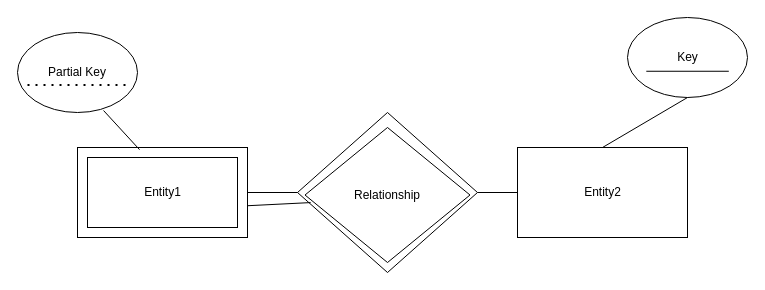
Above: ER Models/Diagram1.drawio in sepaloscodigos/vigilant-parakeet (draw.io), before the change. Source tidied: cells renumbered, new cells numbered last; positions are measured from the earlier drawing's top-left corner, leaving out a move shared by most shapes. Both pictures are drawn from the tidied source at 100%, with x=0, y=0 at pixel (17, 17).
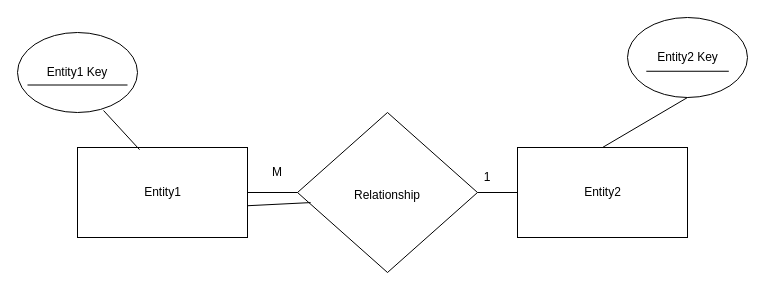
After the change.

Change to the diagram source:
```diff
@@
-    <mxCell id="12" value="Partial Key" style="text;html=1;whiteSpace=wrap;strokeColor=none;fillColor=none;align=center;verticalAlign=middle;rounded=0;" parent="1" vertex="1">
+    <mxCell id="12" value="Entity1 Key" style="text;html=1;whiteSpace=wrap;strokeColor=none;fillColor=none;align=center;verticalAlign=middle;rounded=0;" parent="1" vertex="1">
       <mxGeometry x="10" y="30" width="100" height="50" as="geometry" />
     </mxCell>
-    <mxCell id="13" value="Key" style="text;html=1;whiteSpace=wrap;strokeColor=none;fillColor=none;align=center;verticalAlign=middle;rounded=0;" parent="1" vertex="1">
+    <mxCell id="13" value="Entity2 Key" style="text;html=1;whiteSpace=wrap;strokeColor=none;fillColor=none;align=center;verticalAlign=middle;rounded=0;" parent="1" vertex="1">
       <mxGeometry x="628.8" y="12.5" width="82.5" height="55" as="geometry" />
     </mxCell>
-    <mxCell id="14" style="endArrow=none;dashed=1;html=1;dashPattern=1 3;strokeWidth=2;rounded=0;exitX=0;exitY=0.75;exitDx=0;exitDy=0;entryX=1;entryY=0.75;entryDx=0;entryDy=0;" parent="1" edge="1" source="12" target="12">
-      <mxGeometry relative="1" as="geometry" />
-    </mxCell>
@@
-    <mxCell id="16" style="rounded=0;whiteSpace=wrap;html=1;" parent="1" vertex="1">
-      <mxGeometry x="70" y="140" width="150" height="70" as="geometry" />
-    </mxCell>
@@
-    <mxCell id="19" style="rhombus;whiteSpace=wrap;html=1;" parent="1" vertex="1">
-      <mxGeometry x="287.5" y="110" width="165" height="135" as="geometry" />
-    </mxCell>
@@
+    <mxCell id="21" value="M" style="text;html=1;whiteSpace=wrap;strokeColor=none;fillColor=none;align=center;verticalAlign=middle;rounded=0;" parent="1" vertex="1">
+      <mxGeometry x="230" y="140" width="60" height="30" as="geometry" />
+    </mxCell>
+    <mxCell id="22" value="&lt;div&gt;1&lt;/div&gt;" style="text;html=1;whiteSpace=wrap;strokeColor=none;fillColor=none;align=center;verticalAlign=middle;rounded=0;" parent="1" vertex="1">
+      <mxGeometry x="440" y="145" width="60" height="30" as="geometry" />
+    </mxCell>
+    <mxCell id="14" style="endArrow=none;html=1;rounded=0;exitX=0;exitY=0.75;exitDx=0;exitDy=0;entryX=1;entryY=0.75;entryDx=0;entryDy=0;" parent="1" edge="1" source="12" target="12">
+      <mxGeometry relative="1" as="geometry" />
+    </mxCell>
```
